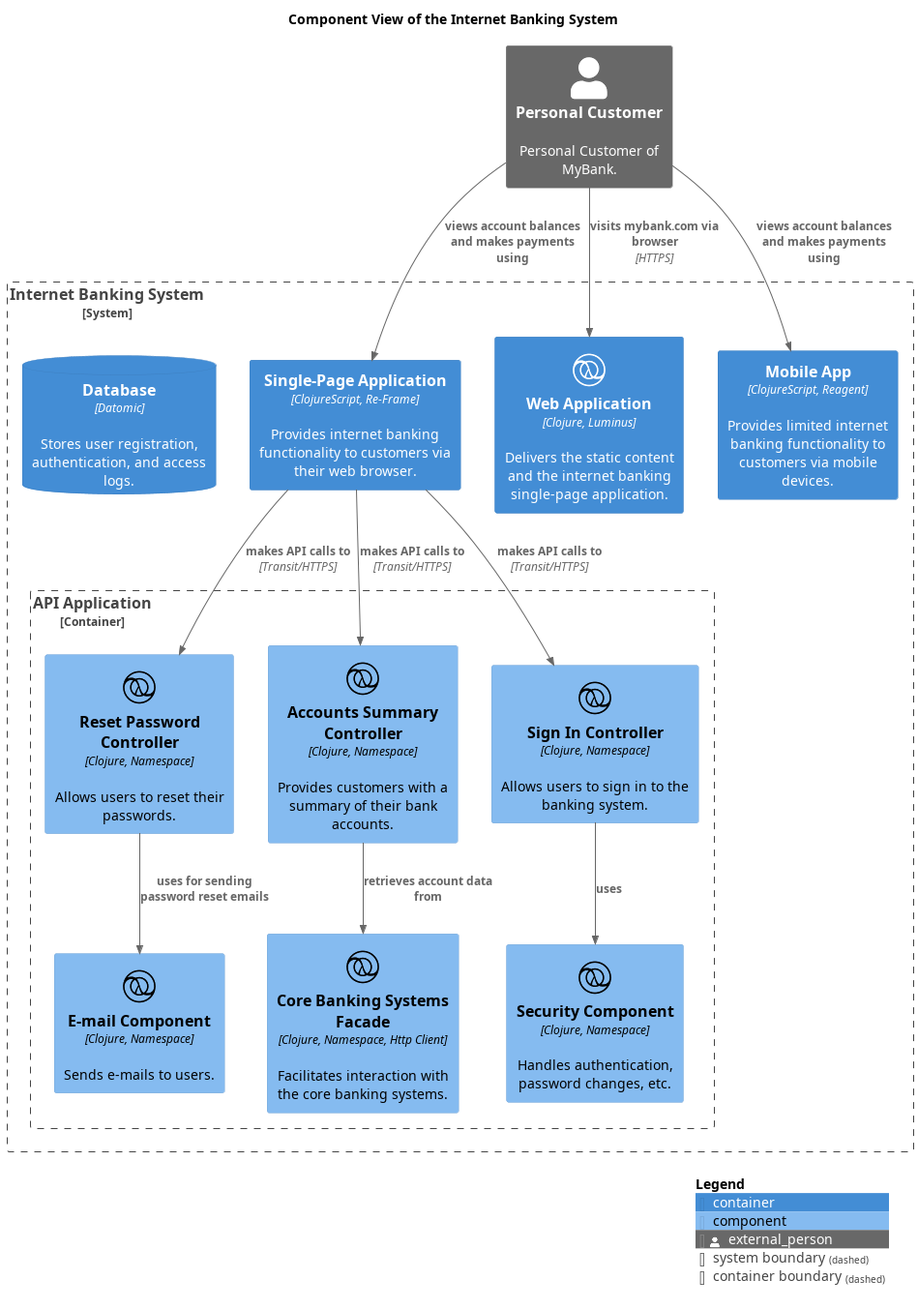
This is docs/mybank/digital-banking/internet-banking-system/component-view.png from soulspace-org/my-bank-model, a PlantUML export, as it was before one commit.
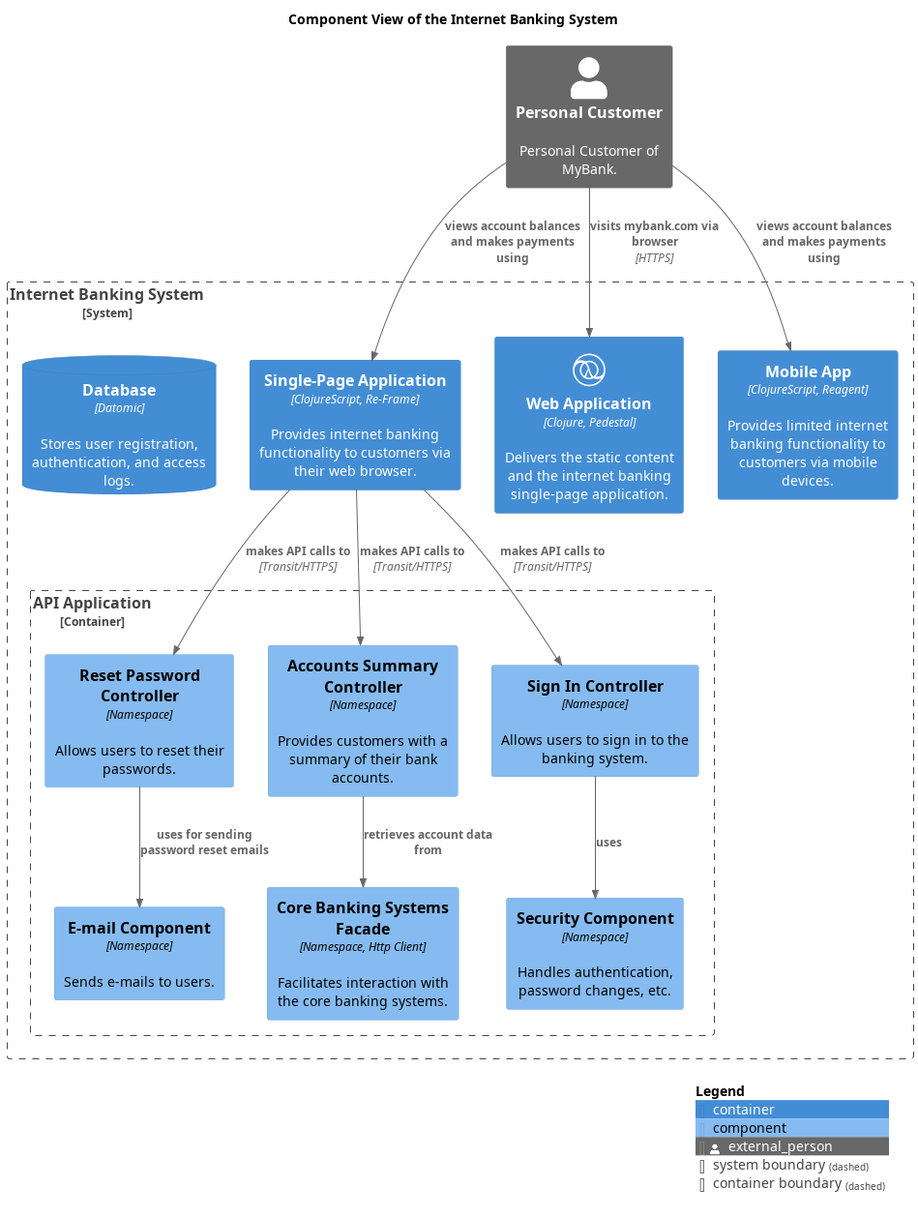
Later version of the same file.

What changed in the source:
```diff
@@ -16,15 +16,15 @@
 title Component View of the Internet Banking System
 System_Boundary(mybank_digitalBanking_internetBankingSystem_internetBankingSystem, "Internet Banking System") {
   Container_Boundary(mybank_digitalBanking_internetBankingSystem_apiApplication, "API Application") {
-    Component(mybank_digitalBanking_internetBankingSystem_securityComponent, "Security Component", $descr="Handles authentication, password changes, etc.", $techn="Clojure, Namespace", $sprite="clojure")
-    Component(mybank_digitalBanking_internetBankingSystem_resetPasswordController, "Reset Password Controller", $descr="Allows users to reset their passwords.", $techn="Clojure, Namespace", $sprite="clojure")
-    Component(mybank_digitalBanking_internetBankingSystem_emailComponent, "E-mail Component", $descr="Sends e-mails to users.", $techn="Clojure, Namespace", $sprite="clojure")
-    Component(mybank_digitalBanking_internetBankingSystem_coreBankingSystemsFacade, "Core Banking Systems Facade", $descr="Facilitates interaction with the core banking systems.", $techn="Clojure, Namespace, Http Client", $sprite="clojure")
-    Component(mybank_digitalBanking_internetBankingSystem_accountsSummaryController, "Accounts Summary Controller", $descr="Provides customers with a summary of their bank accounts.", $techn="Clojure, Namespace", $sprite="clojure")
-    Component(mybank_digitalBanking_internetBankingSystem_signInController, "Sign In Controller", $descr="Allows users to sign in to the banking system.", $techn="Clojure, Namespace", $sprite="clojure")
+    Component(mybank_digitalBanking_internetBankingSystem_securityComponent, "Security Component", $descr="Handles authentication, password changes, etc.", $techn="Namespace")
+    Component(mybank_digitalBanking_internetBankingSystem_resetPasswordController, "Reset Password Controller", $descr="Allows users to reset their passwords.", $techn="Namespace")
+    Component(mybank_digitalBanking_internetBankingSystem_emailComponent, "E-mail Component", $descr="Sends e-mails to users.", $techn="Namespace")
+    Component(mybank_digitalBanking_internetBankingSystem_coreBankingSystemsFacade, "Core Banking Systems Facade", $descr="Facilitates interaction with the core banking systems.", $techn="Namespace, Http Client")
+    Component(mybank_digitalBanking_internetBankingSystem_accountsSummaryController, "Accounts Summary Controller", $descr="Provides customers with a summary of their bank accounts.", $techn="Namespace")
+    Component(mybank_digitalBanking_internetBankingSystem_signInController, "Sign In Controller", $descr="Allows users to sign in to the banking system.", $techn="Namespace")
   }
   Container(mybank_digitalBanking_internetBankingSystem_singlePageApp, "Single-Page Application", $descr="Provides internet banking functionality to customers via their web browser.", $techn="ClojureScript, Re-Frame")
-  Container(mybank_digitalBanking_internetBankingSystem_webApp, "Web Application", $descr="Delivers the static content and the internet banking single-page application.", $techn="Clojure, Luminus", $sprite="clojure")
+  Container(mybank_digitalBanking_internetBankingSystem_webApp, "Web Application", $descr="Delivers the static content and the internet banking single-page application.", $techn="Clojure, Pedestal", $sprite="clojure")
   Container(mybank_digitalBanking_internetBankingSystem_mobileApp, "Mobile App", $descr="Provides limited internet banking functionality to customers via mobile devices.", $techn="ClojureScript, Reagent")
   ContainerDb(mybank_digitalBanking_internetBankingSystem_database, "Database", $descr="Stores user registration, authentication, and access logs.", $techn="Datomic")
 }
```
